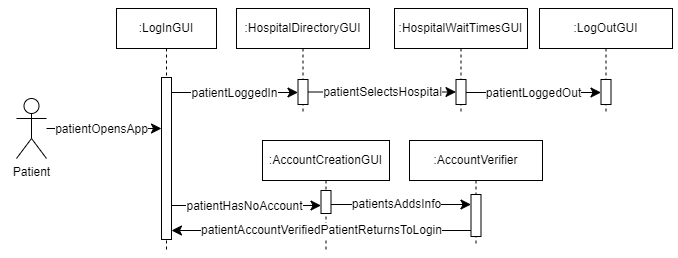
Above: AmirWork/M2/P1_SequenceDiagram.drawio.png in SENG-350-2024-fall/Team9 (draw.io), before the change. Source tidied: cells renumbered, new cells last; positions are measured from the earlier drawing's top-left corner, leaving out a move shared by most shapes.
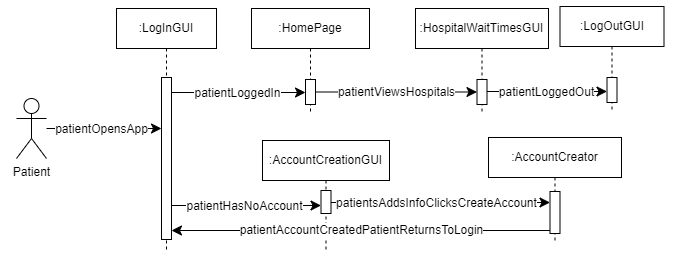
The same diagram one commit later.

Diff of the diagram source:
```diff
@@ -43,8 +43,8 @@
         <mxPoint x="-12" y="1" as="offset" />
       </mxGeometry>
     </mxCell>
-    <mxCell id="13" value=":AccountVerifier" style="shape=umlLifeline;perimeter=lifelinePerimeter;whiteSpace=wrap;html=1;newEdgeStyle={&quot;edgeStyle&quot;:&quot;elbowEdgeStyle&quot;,&quot;elbow&quot;:&quot;vertical&quot;,&quot;curved&quot;:0,&quot;rounded&quot;:0};" parent="1" vertex="1">
-      <mxGeometry x="409" y="140" width="133" height="106" as="geometry" />
+    <mxCell id="13" value=":AccountCreator" style="shape=umlLifeline;perimeter=lifelinePerimeter;whiteSpace=wrap;html=1;newEdgeStyle={&quot;edgeStyle&quot;:&quot;elbowEdgeStyle&quot;,&quot;elbow&quot;:&quot;vertical&quot;,&quot;curved&quot;:0,&quot;rounded&quot;:0};" parent="1" vertex="1">
+      <mxGeometry x="488" y="137" width="133" height="106" as="geometry" />
     </mxCell>
     <mxCell id="14" style="html=1;points=[];perimeter=orthogonalPerimeter;outlineConnect=0;targetShapes=umlLifeline;portConstraint=eastwest;newEdgeStyle={&quot;edgeStyle&quot;:&quot;elbowEdgeStyle&quot;,&quot;elbow&quot;:&quot;vertical&quot;,&quot;curved&quot;:0,&quot;rounded&quot;:0};" parent="13" vertex="1">
       <mxGeometry x="61.5" y="54" width="10" height="42" as="geometry" />
@@ -52,23 +52,23 @@
     <mxCell id="15" style="edgeStyle=elbowEdgeStyle;curved=0;rounded=0;jettySize=auto;html=1;elbow=vertical;fontSize=12;startSize=8;endSize=8;" parent="1" edge="1" source="7" target="14">
       <mxGeometry relative="1" as="geometry" />
     </mxCell>
-    <mxCell id="16" value="patientsAddsInfo" style="edgeLabel;html=1;align=center;verticalAlign=middle;fontSize=12;" parent="15" vertex="1">
+    <mxCell id="16" value="patientsAddsInfoClicksCreateAccount" style="edgeLabel;html=1;align=center;verticalAlign=middle;fontSize=12;" parent="15" vertex="1">
       <mxGeometry x="0.2" relative="1" as="geometry">
-        <mxPoint x="-19" y="-1" as="offset" />
+        <mxPoint x="-27" as="offset" />
       </mxGeometry>
     </mxCell>
-    <mxCell id="17" value="patientAccountVerifiedPatientReturnsToLogin" style="edgeStyle=elbowEdgeStyle;curved=0;rounded=0;jettySize=auto;html=1;elbow=vertical;fontSize=12;startSize=8;endSize=8;" parent="1" edge="1" source="14" target="5">
+    <mxCell id="17" value="patientAccountCreatedPatientReturnsToLogin" style="edgeStyle=elbowEdgeStyle;curved=0;rounded=0;jettySize=auto;html=1;elbow=vertical;fontSize=12;startSize=8;endSize=8;" parent="1" edge="1" source="14" target="5">
       <mxGeometry relative="1" as="geometry">
         <Array as="points">
           <mxPoint x="320" y="230" />
         </Array>
       </mxGeometry>
     </mxCell>
-    <mxCell id="18" value=":HospitalDirectoryGUI" style="shape=umlLifeline;perimeter=lifelinePerimeter;whiteSpace=wrap;html=1;newEdgeStyle={&quot;edgeStyle&quot;:&quot;elbowEdgeStyle&quot;,&quot;elbow&quot;:&quot;vertical&quot;,&quot;curved&quot;:0,&quot;rounded&quot;:0};" parent="1" vertex="1">
-      <mxGeometry x="236" y="8" width="133" height="106" as="geometry" />
+    <mxCell id="18" value=":HomePage" style="shape=umlLifeline;perimeter=lifelinePerimeter;whiteSpace=wrap;html=1;newEdgeStyle={&quot;edgeStyle&quot;:&quot;elbowEdgeStyle&quot;,&quot;elbow&quot;:&quot;vertical&quot;,&quot;curved&quot;:0,&quot;rounded&quot;:0};" parent="1" vertex="1">
+      <mxGeometry x="251" y="8" width="118" height="106" as="geometry" />
     </mxCell>
     <mxCell id="19" style="html=1;points=[];perimeter=orthogonalPerimeter;outlineConnect=0;targetShapes=umlLifeline;portConstraint=eastwest;newEdgeStyle={&quot;edgeStyle&quot;:&quot;elbowEdgeStyle&quot;,&quot;elbow&quot;:&quot;vertical&quot;,&quot;curved&quot;:0,&quot;rounded&quot;:0};" parent="18" vertex="1">
-      <mxGeometry x="61.5" y="71" width="10" height="25" as="geometry" />
+      <mxGeometry x="54" y="71" width="10" height="25" as="geometry" />
     </mxCell>
     <mxCell id="20" style="edgeStyle=elbowEdgeStyle;curved=0;rounded=0;jettySize=auto;html=1;elbow=vertical;fontSize=12;startSize=8;endSize=8;" parent="1" edge="1" source="5" target="19">
       <mxGeometry relative="1" as="geometry" />
@@ -79,19 +79,19 @@
       </mxGeometry>
     </mxCell>
     <mxCell id="22" value=":HospitalWaitTimesGUI" style="shape=umlLifeline;perimeter=lifelinePerimeter;whiteSpace=wrap;html=1;newEdgeStyle={&quot;edgeStyle&quot;:&quot;elbowEdgeStyle&quot;,&quot;elbow&quot;:&quot;vertical&quot;,&quot;curved&quot;:0,&quot;rounded&quot;:0};" parent="1" vertex="1">
-      <mxGeometry x="394" y="8" width="133" height="106" as="geometry" />
+      <mxGeometry x="415" y="8" width="133" height="106" as="geometry" />
     </mxCell>
     <mxCell id="23" style="html=1;points=[];perimeter=orthogonalPerimeter;outlineConnect=0;targetShapes=umlLifeline;portConstraint=eastwest;newEdgeStyle={&quot;edgeStyle&quot;:&quot;elbowEdgeStyle&quot;,&quot;elbow&quot;:&quot;vertical&quot;,&quot;curved&quot;:0,&quot;rounded&quot;:0};" parent="22" vertex="1">
       <mxGeometry x="61.5" y="71" width="10" height="25" as="geometry" />
     </mxCell>
-    <mxCell id="24" value="patientSelectsHospital" style="edgeStyle=elbowEdgeStyle;curved=0;rounded=0;jettySize=auto;html=1;elbow=horizontal;fontSize=12;startSize=8;endSize=8;" parent="1" edge="1" source="19" target="23">
+    <mxCell id="24" value="patientViewsHospitals" style="edgeStyle=elbowEdgeStyle;curved=0;rounded=0;jettySize=auto;html=1;elbow=horizontal;fontSize=12;startSize=8;endSize=8;" parent="1" edge="1" source="19" target="23">
       <mxGeometry relative="1" as="geometry" />
     </mxCell>
     <mxCell id="25" value=":LogOutGUI" style="shape=umlLifeline;perimeter=lifelinePerimeter;whiteSpace=wrap;html=1;newEdgeStyle={&quot;edgeStyle&quot;:&quot;elbowEdgeStyle&quot;,&quot;elbow&quot;:&quot;vertical&quot;,&quot;curved&quot;:0,&quot;rounded&quot;:0};" parent="1" vertex="1">
-      <mxGeometry x="539" y="8" width="133" height="106" as="geometry" />
+      <mxGeometry x="559.5" y="6" width="104" height="106" as="geometry" />
     </mxCell>
     <mxCell id="26" style="html=1;points=[];perimeter=orthogonalPerimeter;outlineConnect=0;targetShapes=umlLifeline;portConstraint=eastwest;newEdgeStyle={&quot;edgeStyle&quot;:&quot;elbowEdgeStyle&quot;,&quot;elbow&quot;:&quot;vertical&quot;,&quot;curved&quot;:0,&quot;rounded&quot;:0};" parent="25" vertex="1">
-      <mxGeometry x="61.5" y="71" width="10" height="25" as="geometry" />
+      <mxGeometry x="47" y="71" width="10" height="25" as="geometry" />
     </mxCell>
     <mxCell id="27" style="edgeStyle=elbowEdgeStyle;curved=0;rounded=0;jettySize=auto;html=1;elbow=vertical;fontSize=12;startSize=8;endSize=8;" parent="1" edge="1" source="23" target="26">
       <mxGeometry relative="1" as="geometry" />
```
